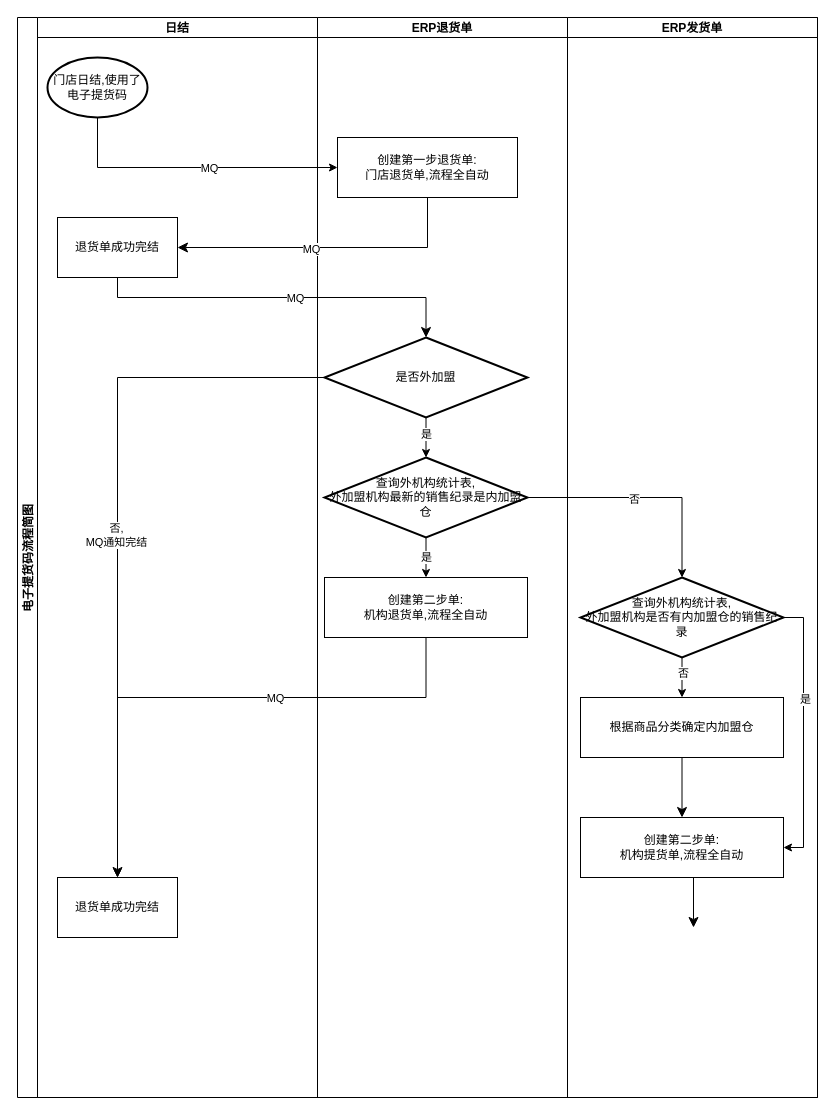
Earlier version of the draw.io diagram 电子提货码交互简图.drawio (fengj1202/draw). Source tidied: cells renumbered, new cells numbered last; positions are measured from the earlier drawing's top-left corner, leaving out a move shared by most shapes. Both pictures are drawn from the tidied source at 100%, with x=0, y=0 at pixel (17, 17).
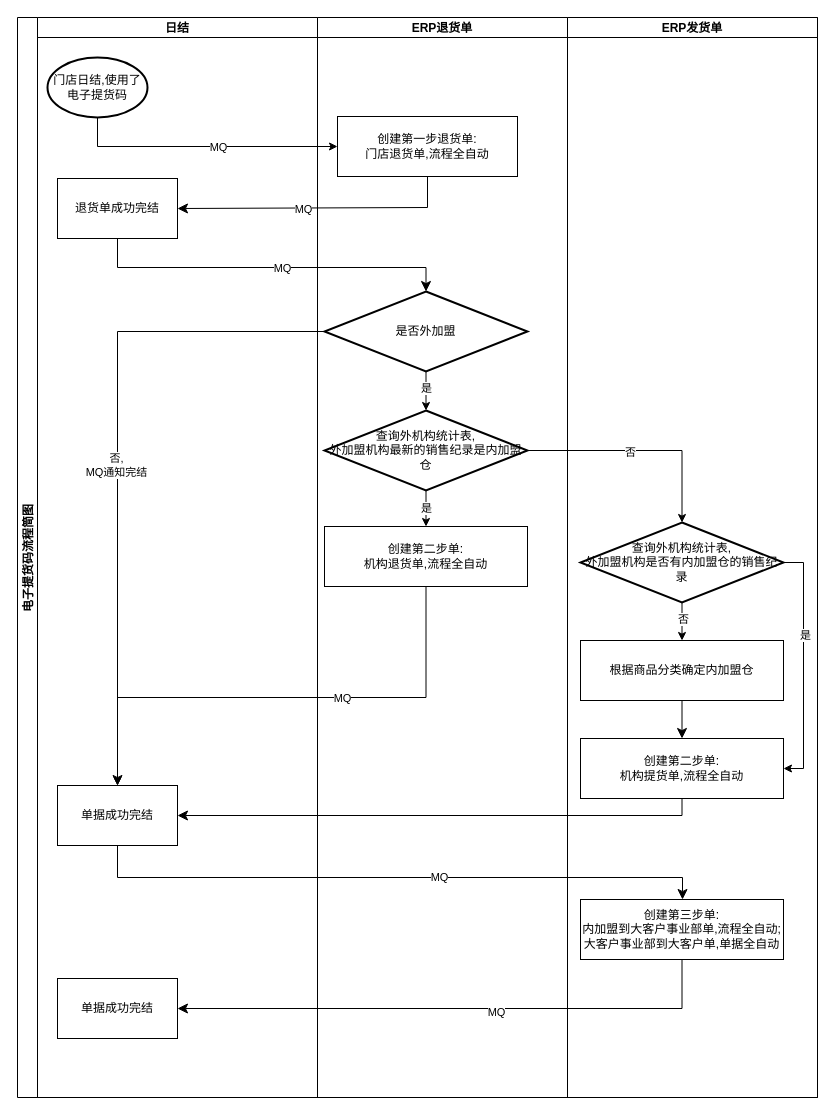
The same page after the edit.

Commit message (it also covers changes not shown here):
更新电子提货码交互简图.drawio

The change refers to these unchanged cells:
```xml
<mxCell id="2" value="电子提货码流程简图" style="swimlane;startSize=20;horizontal=0;" parent="1" vertex="1">
  <mxGeometry width="800" height="1080" as="geometry" />
</mxCell>
<mxCell id="3" value="日结" style="swimlane;startSize=20;" parent="2" vertex="1">
  <mxGeometry x="20" width="280" height="1080" as="geometry" />
</mxCell>
<mxCell id="7" value="ERP退货单" style="swimlane;startSize=20;" parent="2" vertex="1">
  <mxGeometry x="300" width="250" height="1080" as="geometry" />
</mxCell>
<mxCell id="15" value="ERP发货单" style="swimlane;startSize=20;" parent="2" vertex="1">
  <mxGeometry x="550" width="250" height="1080" as="geometry" />
</mxCell>
```

Diff of the diagram source:
```diff
@@
     <mxCell id="5" value="退货单成功完结" style="whiteSpace=wrap;html=1;align=center;newEdgeStyle={&quot;edgeStyle&quot;:&quot;elbowEdgeStyle&quot;,&quot;startArrow&quot;:&quot;none&quot;,&quot;endArrow&quot;:&quot;none&quot;};" parent="3" vertex="1">
-      <mxGeometry x="20" y="200" width="120" height="60" as="geometry" />
+      <mxGeometry x="20" y="161" width="120" height="60" as="geometry" />
     </mxCell>
-    <mxCell id="6" value="退货单成功完结" style="whiteSpace=wrap;html=1;align=center;newEdgeStyle={&quot;edgeStyle&quot;:&quot;elbowEdgeStyle&quot;,&quot;startArrow&quot;:&quot;none&quot;,&quot;endArrow&quot;:&quot;none&quot;};" parent="3" vertex="1">
-      <mxGeometry x="20" y="860" width="120" height="60" as="geometry" />
+    <mxCell id="6" value="单据成功完结" style="whiteSpace=wrap;html=1;align=center;newEdgeStyle={&quot;edgeStyle&quot;:&quot;elbowEdgeStyle&quot;,&quot;startArrow&quot;:&quot;none&quot;,&quot;endArrow&quot;:&quot;none&quot;};" parent="3" vertex="1">
+      <mxGeometry x="20" y="768" width="120" height="60" as="geometry" />
     </mxCell>
+    <mxCell id="37" value="单据成功完结" style="whiteSpace=wrap;html=1;align=center;newEdgeStyle={&quot;edgeStyle&quot;:&quot;elbowEdgeStyle&quot;,&quot;startArrow&quot;:&quot;none&quot;,&quot;endArrow&quot;:&quot;none&quot;};" parent="3" vertex="1">
+      <mxGeometry x="20" y="961" width="120" height="60" as="geometry" />
+    </mxCell>
@@
     <mxCell id="8" value="创建第一步退货单:&lt;br&gt;门店退货单,流程全自动" style="whiteSpace=wrap;html=1;align=center;newEdgeStyle={&quot;edgeStyle&quot;:&quot;elbowEdgeStyle&quot;,&quot;startArrow&quot;:&quot;none&quot;,&quot;endArrow&quot;:&quot;none&quot;};" parent="7" vertex="1">
-      <mxGeometry x="20" y="120" width="180" height="60" as="geometry" />
+      <mxGeometry x="20" y="99" width="180" height="60" as="geometry" />
     </mxCell>
@@
     <mxCell id="11" value="是否外加盟" style="strokeWidth=2;html=1;shape=mxgraph.flowchart.decision;whiteSpace=wrap;" parent="7" vertex="1">
-      <mxGeometry x="7" y="320" width="203" height="80" as="geometry" />
+      <mxGeometry x="7" y="274" width="203" height="80" as="geometry" />
     </mxCell>
@@
     <mxCell id="13" value="查询外机构统计表,&lt;br&gt;外加盟机构最新的销售纪录是内加盟仓" style="strokeWidth=2;html=1;shape=mxgraph.flowchart.decision;whiteSpace=wrap;" parent="7" vertex="1">
-      <mxGeometry x="7" y="440" width="203" height="80" as="geometry" />
+      <mxGeometry x="7" y="393" width="203" height="80" as="geometry" />
     </mxCell>
     <mxCell id="14" value="创建第二步单:&lt;br&gt;机构退货单,流程全自动" style="whiteSpace=wrap;html=1;align=center;newEdgeStyle={&quot;edgeStyle&quot;:&quot;elbowEdgeStyle&quot;,&quot;startArrow&quot;:&quot;none&quot;,&quot;endArrow&quot;:&quot;none&quot;};" parent="7" vertex="1">
-      <mxGeometry x="7" y="560" width="203" height="60" as="geometry" />
+      <mxGeometry x="7" y="509" width="203" height="60" as="geometry" />
     </mxCell>
@@
     <mxCell id="20" value="查询外机构统计表,&lt;br&gt;外加盟机构是否有内加盟仓的销售纪录" style="strokeWidth=2;html=1;shape=mxgraph.flowchart.decision;whiteSpace=wrap;" parent="15" vertex="1">
-      <mxGeometry x="13" y="560" width="203" height="80" as="geometry" />
+      <mxGeometry x="13" y="505" width="203" height="80" as="geometry" />
     </mxCell>
     <mxCell id="21" value="根据商品分类确定内加盟仓" style="whiteSpace=wrap;html=1;align=center;newEdgeStyle={&quot;edgeStyle&quot;:&quot;elbowEdgeStyle&quot;,&quot;startArrow&quot;:&quot;none&quot;,&quot;endArrow&quot;:&quot;none&quot;};" parent="15" vertex="1">
-      <mxGeometry x="13" y="680" width="203" height="60" as="geometry" />
+      <mxGeometry x="13" y="623" width="203" height="60" as="geometry" />
     </mxCell>
     <mxCell id="22" value="创建第二步单:&lt;br&gt;机构提货单,流程全自动" style="whiteSpace=wrap;html=1;align=center;newEdgeStyle={&quot;edgeStyle&quot;:&quot;elbowEdgeStyle&quot;,&quot;startArrow&quot;:&quot;none&quot;,&quot;endArrow&quot;:&quot;none&quot;};" parent="15" vertex="1">
-      <mxGeometry x="13" y="800" width="203" height="60" as="geometry" />
+      <mxGeometry x="13" y="721" width="203" height="60" as="geometry" />
     </mxCell>
@@
-    <mxCell id="24" style="edgeStyle=segmentEdgeStyle;endArrow=classic;html=1;curved=0;rounded=0;endSize=8;startSize=8;exitX=0.5;exitY=1;exitDx=0;exitDy=0;" parent="15" edge="1" source="22">
-      <mxGeometry relative="1" as="geometry">
-        <mxPoint x="126" y="910" as="targetPoint" />
-      </mxGeometry>
-    </mxCell>
+    <mxCell id="38" value="创建第三步单:&lt;br&gt;内加盟到大客户事业部单,流程全自动;&lt;br&gt;大客户事业部到大客户单,单据全自动" style="whiteSpace=wrap;html=1;align=center;newEdgeStyle={&quot;edgeStyle&quot;:&quot;elbowEdgeStyle&quot;,&quot;startArrow&quot;:&quot;none&quot;,&quot;endArrow&quot;:&quot;none&quot;};" parent="15" vertex="1">
+      <mxGeometry x="13" y="882" width="203" height="60" as="geometry" />
+    </mxCell>
@@
     <mxCell id="27" style="edgeStyle=segmentEdgeStyle;endArrow=classic;html=1;curved=0;rounded=0;endSize=8;startSize=8;exitX=0.5;exitY=1;exitDx=0;exitDy=0;entryX=1;entryY=0.5;entryDx=0;entryDy=0;" parent="2" edge="1" source="8" target="5">
       <mxGeometry relative="1" as="geometry">
         <Array as="points">
-          <mxPoint x="410" y="230" />
+          <mxPoint x="410" y="190" />
+          <mxPoint x="160" y="190" />
         </Array>
       </mxGeometry>
     </mxCell>
@@
     <mxCell id="31" style="edgeStyle=segmentEdgeStyle;endArrow=classic;html=1;curved=0;rounded=0;endSize=8;startSize=8;exitX=0.5;exitY=1;exitDx=0;exitDy=0;entryX=0.5;entryY=0;entryDx=0;entryDy=0;entryPerimeter=0;" parent="2" edge="1" source="5" target="11">
       <mxGeometry relative="1" as="geometry">
         <Array as="points">
-          <mxPoint x="100" y="280" />
-          <mxPoint x="409" y="280" />
-          <mxPoint x="409" y="320" />
+          <mxPoint x="100" y="250" />
+          <mxPoint x="409" y="250" />
         </Array>
       </mxGeometry>
     </mxCell>
@@
+    <mxCell id="39" style="edgeStyle=segmentEdgeStyle;endArrow=classic;html=1;curved=0;rounded=0;endSize=8;startSize=8;exitX=0.5;exitY=1;exitDx=0;exitDy=0;" parent="2" edge="1" source="6" target="38">
+      <mxGeometry relative="1" as="geometry">
+        <Array as="points">
+          <mxPoint x="100" y="860" />
+          <mxPoint x="665" y="860" />
+        </Array>
+      </mxGeometry>
+    </mxCell>
+    <mxCell id="40" value="MQ" style="edgeLabel;html=1;align=center;verticalAlign=middle;" parent="39" vertex="1">
+      <mxGeometry x="0.14" y="1" relative="1" as="geometry" />
+    </mxCell>
+    <mxCell id="41" style="edgeStyle=segmentEdgeStyle;endArrow=classic;html=1;curved=0;rounded=0;endSize=8;startSize=8;exitX=0.5;exitY=1;exitDx=0;exitDy=0;entryX=1;entryY=0.5;entryDx=0;entryDy=0;" parent="2" edge="1" source="38" target="37">
+      <mxGeometry relative="1" as="geometry">
+        <Array as="points">
+          <mxPoint x="665" y="991" />
+        </Array>
+      </mxGeometry>
+    </mxCell>
+    <mxCell id="42" value="MQ" style="edgeLabel;html=1;align=center;verticalAlign=middle;" parent="41" vertex="1">
+      <mxGeometry x="-0.15" y="3" relative="1" as="geometry" />
+    </mxCell>
+    <mxCell id="43" style="edgeStyle=segmentEdgeStyle;endArrow=classic;html=1;curved=0;rounded=0;endSize=8;startSize=8;exitX=0.5;exitY=1;exitDx=0;exitDy=0;entryX=1;entryY=0.5;entryDx=0;entryDy=0;" parent="2" edge="1" source="22" target="6">
+      <mxGeometry relative="1" as="geometry">
+        <Array as="points">
+          <mxPoint x="665" y="798" />
+        </Array>
+      </mxGeometry>
+    </mxCell>
```
